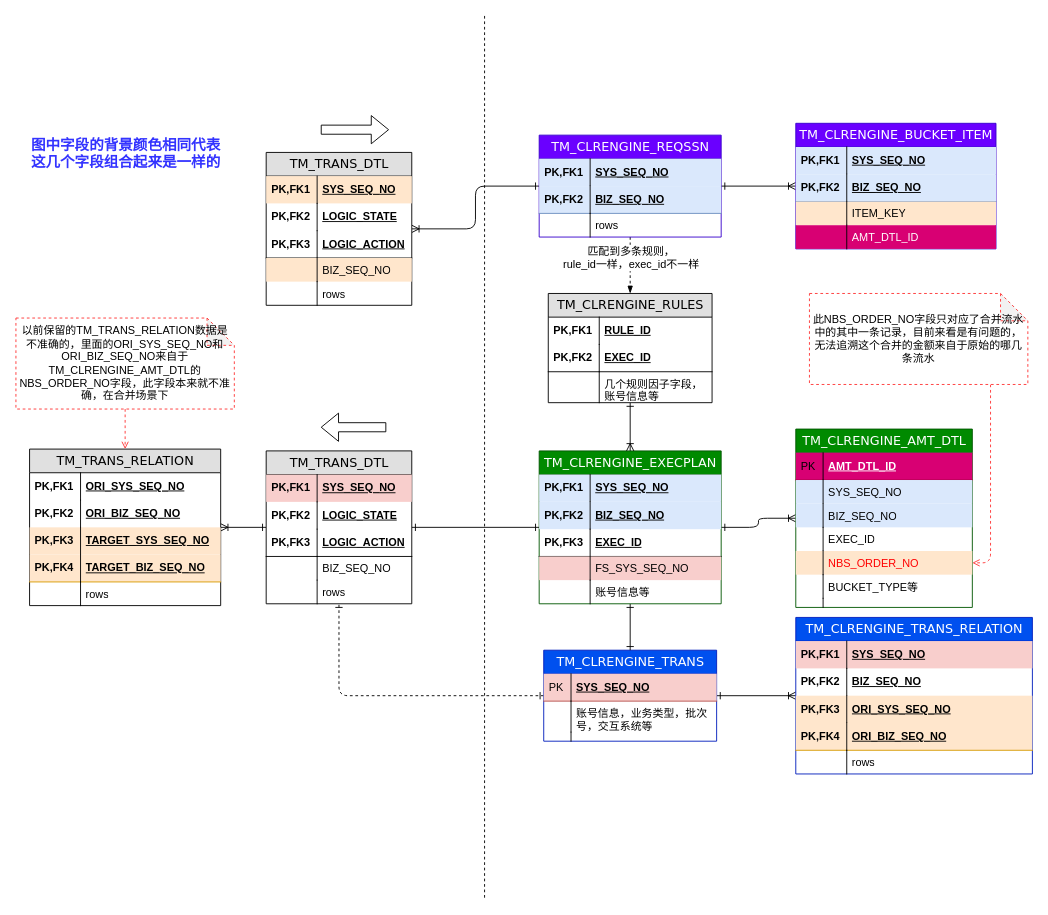
Before: 清算引擎数据结构图.drawio in staconfree/design, a draw.io diagram. Source tidied: cells renumbered, new cells numbered last; positions are measured from the earlier drawing's top-left corner, leaving out a move shared by most shapes. Both pictures are drawn from the tidied source at 91%, with x=0, y=0 at pixel (15, 15).
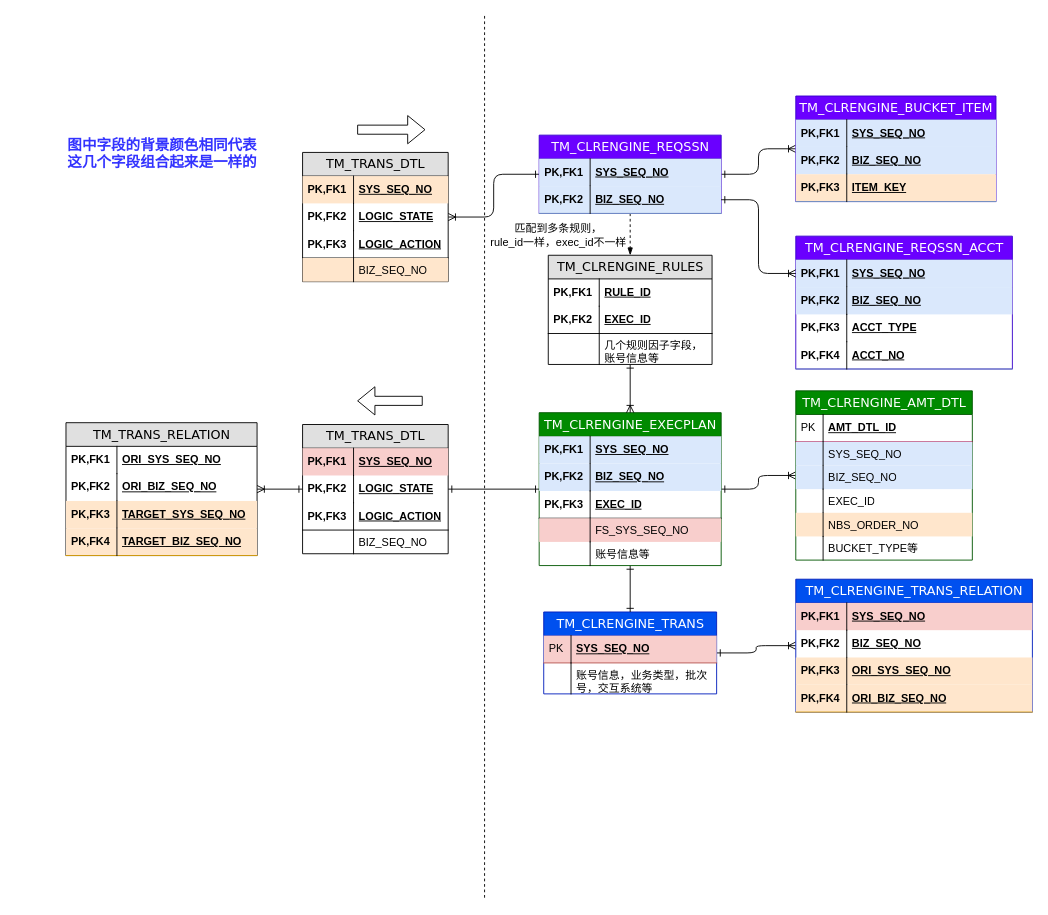
The same page after the edit.

Commit message (it also covers changes not shown here):
更新清算引擎数据结构图.drawio

Unchanged cells that the change refers to:
```xml
<mxCell id="24" style="edgeStyle=orthogonalEdgeStyle;rounded=1;jettySize=auto;html=1;startArrow=none;startFill=0;endArrow=blockThin;endFill=1;dashed=1;" parent="1" edge="1" source="26" target="70">
  <mxGeometry relative="1" as="geometry" />
</mxCell>
<mxCell id="29" value="BIZ_SEQ_NO" style="shape=partialRectangle;top=0;left=0;right=0;bottom=1;html=1;align=left;verticalAlign=middle;fillColor=#dae8fc;spacingLeft=60;spacingRight=4;whiteSpace=wrap;overflow=hidden;points=[[0,0.5],[1,0.5]];portConstraint=eastwest;fontStyle=5;strokeColor=#6c8ebf;" parent="26" vertex="1">
  <mxGeometry y="56" width="200" height="30" as="geometry" />
</mxCell>
```

Diff of the diagram source:
```diff
@@
-    <mxCell id="3" style="edgeStyle=orthogonalEdgeStyle;rounded=1;jettySize=auto;html=1;startArrow=ERone;startFill=0;endArrow=ERone;endFill=0;strokeColor=#000000;fontSize=16;fontColor=#FF3333;dashed=1;" parent="1" edge="1" source="4" target="57">
-      <mxGeometry relative="1" as="geometry" />
-    </mxCell>
     <mxCell id="4" value="TM_CLRENGINE_TRANS" style="swimlane;html=1;fontStyle=0;horizontal=1;startSize=26;fillColor=#0050ef;swimlaneFillColor=#ffffff;align=center;rounded=0;shadow=0;comic=0;labelBackgroundColor=none;strokeColor=#001DBC;strokeWidth=1;fontFamily=Verdana;fontSize=14;swimlaneLine=1;fontColor=#ffffff;" parent="1" vertex="1">
-      <mxGeometry x="580" y="697" width="190" height="100" as="geometry" />
+      <mxGeometry x="580" y="655" width="190" height="90" as="geometry" />
     </mxCell>
@@
-    <mxCell id="9" style="shape=partialRectangle;top=0;left=0;right=0;bottom=0;html=1;align=left;verticalAlign=top;fillColor=none;spacingLeft=34;spacingRight=4;whiteSpace=wrap;overflow=hidden;" parent="4" vertex="1">
-      <mxGeometry y="90" width="190" height="10" as="geometry" />
-    </mxCell>
-    <mxCell id="10" style="shape=partialRectangle;top=0;left=0;bottom=0;html=1;fillColor=none;align=left;verticalAlign=top;spacingLeft=4;spacingRight=4;whiteSpace=wrap;overflow=hidden;" parent="9" vertex="1">
-      <mxGeometry width="30" height="10" as="geometry" />
-    </mxCell>
@@
     <mxCell id="12" value="TM_TRANS_DTL" style="swimlane;html=1;fontStyle=0;horizontal=1;startSize=26;fillColor=#e0e0e0;swimlaneFillColor=#ffffff;align=center;rounded=0;shadow=0;comic=0;labelBackgroundColor=none;strokeColor=#000000;strokeWidth=1;fontFamily=Verdana;fontSize=14;fontColor=#000000;" parent="1" vertex="1">
-      <mxGeometry x="275" y="150" width="160" height="168" as="geometry" />
+      <mxGeometry x="315" y="150" width="160" height="142" as="geometry" />
     </mxCell>
@@
-    <mxCell id="21" value="&lt;div&gt;rows&lt;/div&gt;" style="shape=partialRectangle;top=0;left=0;right=0;bottom=0;html=1;align=left;verticalAlign=top;fillColor=none;spacingLeft=60;spacingRight=4;whiteSpace=wrap;overflow=hidden;" parent="12" vertex="1">
-      <mxGeometry y="142" width="160" height="26" as="geometry" />
-    </mxCell>
-    <mxCell id="22" style="shape=partialRectangle;top=0;left=0;bottom=0;html=1;fillColor=none;align=left;verticalAlign=top;spacingLeft=4;spacingRight=4;whiteSpace=wrap;overflow=hidden;" parent="21" vertex="1">
-      <mxGeometry width="56" height="26" as="geometry" />
-    </mxCell>
@@
     <mxCell id="25" value="匹配到多条规则，&lt;br&gt;rule_id一样，exec_id不一样" style="text;html=1;align=center;verticalAlign=middle;labelBackgroundColor=#ffffff;" parent="24" vertex="1">
       <mxGeometry x="0.32" y="-1" relative="1" as="geometry">
-        <mxPoint x="1" y="-19" as="offset" />
+        <mxPoint x="-79" y="-7" as="offset" />
       </mxGeometry>
     </mxCell>
     <mxCell id="26" value="TM_CLRENGINE_REQSSN" style="swimlane;html=1;fontStyle=0;horizontal=1;startSize=26;fillColor=#6a00ff;swimlaneFillColor=#ffffff;align=center;rounded=0;shadow=0;comic=0;labelBackgroundColor=none;strokeColor=#3700CC;strokeWidth=1;fontFamily=Verdana;fontSize=14;fontColor=#ffffff;" parent="1" vertex="1">
-      <mxGeometry x="575" y="131" width="200" height="112" as="geometry" />
+      <mxGeometry x="575" y="131" width="200" height="86" as="geometry" />
     </mxCell>
@@
-    <mxCell id="31" value="&lt;div&gt;rows&lt;/div&gt;" style="shape=partialRectangle;top=0;left=0;right=0;bottom=0;html=1;align=left;verticalAlign=top;fillColor=none;spacingLeft=60;spacingRight=4;whiteSpace=wrap;overflow=hidden;" parent="26" vertex="1">
-      <mxGeometry y="86" width="200" height="26" as="geometry" />
-    </mxCell>
-    <mxCell id="32" style="shape=partialRectangle;top=0;left=0;bottom=0;html=1;fillColor=none;align=left;verticalAlign=top;spacingLeft=4;spacingRight=4;whiteSpace=wrap;overflow=hidden;" parent="31" vertex="1">
-      <mxGeometry width="56" height="26" as="geometry" />
-    </mxCell>
@@
     <mxCell id="36" value="TM_CLRENGINE_EXECPLAN" style="swimlane;html=1;fontStyle=0;horizontal=1;startSize=26;fillColor=#008a00;swimlaneFillColor=#ffffff;align=center;rounded=0;shadow=0;comic=0;labelBackgroundColor=none;strokeColor=#005700;strokeWidth=1;fontFamily=Verdana;fontSize=14;fontColor=#ffffff;" parent="1" vertex="1">
-      <mxGeometry x="575" y="478" width="200" height="168" as="geometry" />
+      <mxGeometry x="575" y="436" width="200" height="168" as="geometry" />
     </mxCell>
@@
     <mxCell id="47" value="TM_CLRENGINE_BUCKET_ITEM" style="swimlane;html=1;fontStyle=0;horizontal=1;startSize=26;fillColor=#6a00ff;swimlaneFillColor=#ffffff;align=center;rounded=0;shadow=0;comic=0;labelBackgroundColor=none;strokeColor=#3700CC;strokeWidth=1;fontFamily=Verdana;fontSize=14;fontColor=#ffffff;" parent="1" vertex="1">
-      <mxGeometry x="857" y="118" width="220" height="138" as="geometry" />
+      <mxGeometry x="857" y="88" width="220" height="116" as="geometry" />
     </mxCell>
@@
+    <mxCell id="121" value="BIZ_SEQ_NO" style="shape=partialRectangle;top=0;left=0;right=0;bottom=0;html=1;align=left;verticalAlign=middle;fillColor=#dae8fc;spacingLeft=60;spacingRight=4;whiteSpace=wrap;overflow=hidden;fontStyle=5;strokeColor=#6c8ebf;" parent="47" vertex="1">
+      <mxGeometry y="56" width="220" height="30" as="geometry" />
+    </mxCell>
+    <mxCell id="122" value="PK,FK2" style="shape=partialRectangle;fontStyle=1;top=0;left=0;bottom=0;html=1;fillColor=none;align=left;verticalAlign=middle;spacingLeft=4;spacingRight=4;whiteSpace=wrap;overflow=hidden;" parent="121" vertex="1">
+      <mxGeometry width="56" height="30" as="geometry" />
+    </mxCell>
-    <mxCell id="50" value="BIZ_SEQ_NO" style="shape=partialRectangle;top=0;left=0;right=0;bottom=1;html=1;align=left;verticalAlign=middle;fillColor=#dae8fc;spacingLeft=60;spacingRight=4;whiteSpace=wrap;overflow=hidden;fontStyle=5;strokeColor=#6c8ebf;" parent="47" vertex="1">
-      <mxGeometry y="56" width="220" height="30" as="geometry" />
+    <mxCell id="50" value="ITEM_KEY" style="shape=partialRectangle;top=0;left=0;right=0;bottom=1;html=1;align=left;verticalAlign=middle;fillColor=#FFE6CC;spacingLeft=60;spacingRight=4;whiteSpace=wrap;overflow=hidden;fontStyle=5;strokeColor=#6c8ebf;" parent="47" vertex="1">
+      <mxGeometry y="86" width="220" height="30" as="geometry" />
     </mxCell>
-    <mxCell id="51" value="PK,FK2" style="shape=partialRectangle;fontStyle=1;top=0;left=0;bottom=0;html=1;fillColor=none;align=left;verticalAlign=middle;spacingLeft=4;spacingRight=4;whiteSpace=wrap;overflow=hidden;" parent="50" vertex="1">
+    <mxCell id="51" value="PK,FK3" style="shape=partialRectangle;fontStyle=1;top=0;left=0;bottom=0;html=1;fillColor=none;align=left;verticalAlign=middle;spacingLeft=4;spacingRight=4;whiteSpace=wrap;overflow=hidden;" parent="50" vertex="1">
       <mxGeometry width="56" height="30" as="geometry" />
     </mxCell>
-    <mxCell id="52" value="ITEM_KEY" style="shape=partialRectangle;top=0;left=0;right=0;bottom=0;html=1;align=left;verticalAlign=top;fillColor=#ffe6cc;spacingLeft=60;spacingRight=4;whiteSpace=wrap;overflow=hidden;strokeColor=#d79b00;" parent="47" vertex="1">
-      <mxGeometry y="86" width="220" height="26" as="geometry" />
-    </mxCell>
-    <mxCell id="53" style="shape=partialRectangle;top=0;left=0;bottom=0;html=1;fillColor=none;align=left;verticalAlign=top;spacingLeft=4;spacingRight=4;whiteSpace=wrap;overflow=hidden;" parent="52" vertex="1">
-      <mxGeometry width="56" height="26" as="geometry" />
-    </mxCell>
-    <mxCell id="54" value="&lt;div&gt;AMT_DTL_ID&lt;/div&gt;" style="shape=partialRectangle;top=0;left=0;right=0;bottom=0;html=1;align=left;verticalAlign=top;fillColor=#d80073;spacingLeft=60;spacingRight=4;whiteSpace=wrap;overflow=hidden;strokeColor=#A50040;fontColor=#ffffff;" parent="47" vertex="1">
-      <mxGeometry y="112" width="220" height="26" as="geometry" />
-    </mxCell>
-    <mxCell id="55" style="shape=partialRectangle;top=0;left=0;bottom=0;html=1;fillColor=none;align=left;verticalAlign=top;spacingLeft=4;spacingRight=4;whiteSpace=wrap;overflow=hidden;" parent="54" vertex="1">
-      <mxGeometry width="56" height="26" as="geometry" />
-    </mxCell>
@@
     <mxCell id="57" value="TM_TRANS_DTL" style="swimlane;html=1;fontStyle=0;horizontal=1;startSize=26;fillColor=#e0e0e0;swimlaneFillColor=#ffffff;align=center;rounded=0;shadow=0;comic=0;labelBackgroundColor=none;strokeColor=#000000;strokeWidth=1;fontFamily=Verdana;fontSize=14;fontColor=#000000;" parent="1" vertex="1">
-      <mxGeometry x="275" y="478" width="160" height="168" as="geometry" />
+      <mxGeometry x="315" y="449" width="160" height="142" as="geometry" />
     </mxCell>
@@
-    <mxCell id="66" value="&lt;div&gt;rows&lt;/div&gt;" style="shape=partialRectangle;top=0;left=0;right=0;bottom=0;html=1;align=left;verticalAlign=top;fillColor=none;spacingLeft=60;spacingRight=4;whiteSpace=wrap;overflow=hidden;" parent="57" vertex="1">
-      <mxGeometry y="142" width="160" height="26" as="geometry" />
-    </mxCell>
-    <mxCell id="67" style="shape=partialRectangle;top=0;left=0;bottom=0;html=1;fillColor=none;align=left;verticalAlign=top;spacingLeft=4;spacingRight=4;whiteSpace=wrap;overflow=hidden;" parent="66" vertex="1">
-      <mxGeometry width="56" height="26" as="geometry" />
-    </mxCell>
@@
     <mxCell id="70" value="TM_CLRENGINE_RULES" style="swimlane;html=1;fontStyle=0;horizontal=1;startSize=26;fillColor=#e0e0e0;swimlaneFillColor=#ffffff;align=center;rounded=0;shadow=0;comic=0;labelBackgroundColor=none;strokeColor=#000000;strokeWidth=1;fontFamily=Verdana;fontSize=14;fontColor=#000000;" parent="1" vertex="1">
-      <mxGeometry x="585" y="305" width="180" height="120" as="geometry" />
+      <mxGeometry x="585" y="263" width="180" height="120" as="geometry" />
     </mxCell>
@@
-    <mxCell id="77" style="edgeStyle=orthogonalEdgeStyle;rounded=1;jettySize=auto;html=1;startArrow=none;startFill=0;endArrow=open;endFill=0;dashed=1;strokeColor=#FF3333;entryX=1;entryY=0.5;entryDx=0;entryDy=0;" parent="1" edge="1" source="78" target="115">
-      <mxGeometry relative="1" as="geometry">
-        <Array as="points">
-          <mxPoint x="1071" y="601" />
-        </Array>
-      </mxGeometry>
-    </mxCell>
-    <mxCell id="78" value="&lt;div&gt;此NBS_ORDER_NO字段只对应了合并流水中的其中一条记录，目前来看是有问题的，无法追溯这个合并的金额来自于原始的哪几条流水&lt;/div&gt;" style="shape=note;whiteSpace=wrap;html=1;backgroundOutline=1;darkOpacity=0.05;dashed=1;strokeColor=#FF3333;" parent="1" vertex="1">
-      <mxGeometry x="872" y="305" width="240" height="100" as="geometry" />
-    </mxCell>
     <mxCell id="79" style="shape=flexArrow;endArrow=classic;html=1;" parent="1" edge="1">
       <mxGeometry relative="1" as="geometry">
-        <mxPoint x="335" y="125" as="sourcePoint" />
-        <mxPoint x="410" y="125" as="targetPoint" />
+        <mxPoint x="375" y="125" as="sourcePoint" />
+        <mxPoint x="450" y="125" as="targetPoint" />
       </mxGeometry>
     </mxCell>
     <mxCell id="80" style="shape=flexArrow;endArrow=classic;html=1;" parent="1" edge="1">
       <mxGeometry relative="1" as="geometry">
-        <mxPoint x="407" y="452" as="sourcePoint" />
-        <mxPoint x="335" y="452" as="targetPoint" />
+        <mxPoint x="447" y="423" as="sourcePoint" />
+        <mxPoint x="375" y="423" as="targetPoint" />
       </mxGeometry>
     </mxCell>
     <mxCell id="81" value="&lt;div&gt;TM_TRANS_RELATION&lt;/div&gt;" style="swimlane;html=1;fontStyle=0;horizontal=1;startSize=26;fillColor=#e0e0e0;swimlaneFillColor=#ffffff;align=center;rounded=0;shadow=0;comic=0;labelBackgroundColor=none;strokeColor=#000000;strokeWidth=1;fontFamily=Verdana;fontSize=14;fontColor=#000000;" parent="1" vertex="1">
-      <mxGeometry x="15" y="476" width="210" height="172" as="geometry" />
+      <mxGeometry x="55" y="447" width="210" height="146" as="geometry" />
     </mxCell>
@@
-    <mxCell id="90" value="&lt;div&gt;rows&lt;/div&gt;" style="shape=partialRectangle;top=0;left=0;right=0;bottom=0;html=1;align=left;verticalAlign=top;fillColor=none;spacingLeft=60;spacingRight=4;whiteSpace=wrap;overflow=hidden;" parent="81" vertex="1">
-      <mxGeometry y="146" width="210" height="26" as="geometry" />
-    </mxCell>
-    <mxCell id="91" style="shape=partialRectangle;top=0;left=0;bottom=0;html=1;fillColor=none;align=left;verticalAlign=top;spacingLeft=4;spacingRight=4;whiteSpace=wrap;overflow=hidden;" parent="90" vertex="1">
-      <mxGeometry width="56" height="26" as="geometry" />
-    </mxCell>
-    <mxCell id="92" style="edgeStyle=orthogonalEdgeStyle;rounded=1;jettySize=auto;html=1;dashed=1;startArrow=none;startFill=0;endArrow=open;endFill=0;strokeColor=#FF3333;" parent="1" edge="1" source="93" target="81">
-      <mxGeometry relative="1" as="geometry" />
-    </mxCell>
-    <mxCell id="93" value="以前保留的TM_TRANS_RELATION数据是不准确的，里面的ORI_SYS_SEQ_NO和ORI_BIZ_SEQ_NO来自于TM_CLRENGINE_AMT_DTL的NBS_ORDER_NO字段，此字段本来就不准确，在合并场景下" style="shape=note;whiteSpace=wrap;html=1;backgroundOutline=1;darkOpacity=0.05;dashed=1;strokeColor=#FF3333;" parent="1" vertex="1">
-      <mxGeometry y="332" width="240" height="100" as="geometry" />
-    </mxCell>
     <mxCell id="94" value="&lt;div&gt;图中字段的背景颜色相同代表&lt;/div&gt;&lt;div&gt;这几个字段组合起来是一样的&lt;/div&gt;" style="text;html=1;align=left;verticalAlign=top;spacingTop=-4;fontStyle=1;fontSize=16;fontColor=#3333FF;" parent="1" vertex="1">
-      <mxGeometry x="15" y="130" width="220" height="40" as="geometry" />
+      <mxGeometry x="55" y="130" width="220" height="40" as="geometry" />
     </mxCell>
     <mxCell id="95" value="&lt;div&gt;TM_CLRENGINE_TRANS_RELATION&lt;/div&gt;" style="swimlane;html=1;fontStyle=0;horizontal=1;startSize=26;fillColor=#0050ef;swimlaneFillColor=#ffffff;align=center;rounded=0;shadow=0;comic=0;labelBackgroundColor=none;strokeColor=#001DBC;strokeWidth=1;fontFamily=Verdana;fontSize=14;fontColor=#ffffff;" parent="1" vertex="1">
-      <mxGeometry x="857" y="661" width="260" height="172" as="geometry" />
+      <mxGeometry x="857" y="619" width="260" height="146" as="geometry" />
     </mxCell>
@@
-    <mxCell id="104" value="&lt;div&gt;rows&lt;/div&gt;" style="shape=partialRectangle;top=0;left=0;right=0;bottom=0;html=1;align=left;verticalAlign=top;fillColor=none;spacingLeft=60;spacingRight=4;whiteSpace=wrap;overflow=hidden;" parent="95" vertex="1">
-      <mxGeometry y="146" width="260" height="26" as="geometry" />
-    </mxCell>
-    <mxCell id="105" style="shape=partialRectangle;top=0;left=0;bottom=0;html=1;fillColor=none;align=left;verticalAlign=top;spacingLeft=4;spacingRight=4;whiteSpace=wrap;overflow=hidden;" parent="104" vertex="1">
-      <mxGeometry width="56" height="26" as="geometry" />
-    </mxCell>
     <mxCell id="106" value="TM_CLRENGINE_AMT_DTL" style="swimlane;html=1;fontStyle=0;horizontal=1;startSize=26;fillColor=#008a00;swimlaneFillColor=#ffffff;align=center;rounded=0;shadow=0;comic=0;labelBackgroundColor=none;strokeColor=#005700;strokeWidth=1;fontFamily=Verdana;fontSize=14;swimlaneLine=1;fontColor=#ffffff;" parent="1" vertex="1">
-      <mxGeometry x="857" y="454" width="194" height="196" as="geometry" />
+      <mxGeometry x="857" y="412" width="194" height="186" as="geometry" />
     </mxCell>
-    <mxCell id="107" value="AMT_DTL_ID" style="shape=partialRectangle;top=0;left=0;right=0;bottom=1;html=1;align=left;verticalAlign=middle;fillColor=#d80073;spacingLeft=34;spacingRight=4;whiteSpace=wrap;overflow=hidden;fontStyle=5;strokeColor=#A50040;fontColor=#ffffff;" parent="106" vertex="1">
+    <mxCell id="107" value="AMT_DTL_ID" style="shape=partialRectangle;top=0;left=0;right=0;bottom=1;html=1;align=left;verticalAlign=middle;fillColor=none;spacingLeft=34;spacingRight=4;whiteSpace=wrap;overflow=hidden;fontStyle=5;strokeColor=#A50040;fontColor=#000000;" parent="106" vertex="1">
       <mxGeometry y="26" width="194" height="30" as="geometry" />
     </mxCell>
@@
-    <mxCell id="115" value="NBS_ORDER_NO" style="shape=partialRectangle;top=0;left=0;right=0;bottom=0;html=1;align=left;verticalAlign=top;fillColor=#FFE6CC;spacingLeft=34;spacingRight=4;whiteSpace=wrap;overflow=hidden;points=[[0,0.5],[1,0.5]];portConstraint=eastwest;fontColor=#FF0000;" parent="106" vertex="1">
+    <mxCell id="115" value="NBS_ORDER_NO" style="shape=partialRectangle;top=0;left=0;right=0;bottom=0;html=1;align=left;verticalAlign=top;fillColor=#FFE6CC;spacingLeft=34;spacingRight=4;whiteSpace=wrap;overflow=hidden;points=[[0,0.5],[1,0.5]];portConstraint=eastwest;fontColor=#000000;" parent="106" vertex="1">
       <mxGeometry y="134" width="194" height="26" as="geometry" />
     </mxCell>
@@
-    <mxCell id="119" style="shape=partialRectangle;top=0;left=0;right=0;bottom=0;html=1;align=left;verticalAlign=top;fillColor=none;spacingLeft=34;spacingRight=4;whiteSpace=wrap;overflow=hidden;" parent="106" vertex="1">
-      <mxGeometry y="186" width="194" height="10" as="geometry" />
-    </mxCell>
-    <mxCell id="120" style="shape=partialRectangle;top=0;left=0;bottom=0;html=1;fillColor=none;align=left;verticalAlign=top;spacingLeft=4;spacingRight=4;whiteSpace=wrap;overflow=hidden;" parent="119" vertex="1">
-      <mxGeometry width="30" height="10" as="geometry" />
-    </mxCell>
+    <mxCell id="123" value="&lt;div&gt;TM_CLRENGINE_REQSSN_ACCT&lt;/div&gt;" style="swimlane;html=1;fontStyle=0;horizontal=1;startSize=26;fillColor=#6a00ff;swimlaneFillColor=#ffffff;align=center;rounded=0;shadow=0;comic=0;labelBackgroundColor=none;strokeColor=#3700CC;strokeWidth=1;fontFamily=Verdana;fontSize=14;fontColor=#ffffff;" parent="1" vertex="1">
+      <mxGeometry x="857" y="242" width="238" height="146" as="geometry" />
+    </mxCell>
+    <mxCell id="124" value="SYS_SEQ_NO" style="shape=partialRectangle;top=0;left=0;right=0;bottom=0;html=1;align=left;verticalAlign=middle;fillColor=#dae8fc;spacingLeft=60;spacingRight=4;whiteSpace=wrap;overflow=hidden;points=[[0,0.5],[1,0.5]];portConstraint=eastwest;fontStyle=5;strokeColor=#6c8ebf;" parent="123" vertex="1">
+      <mxGeometry y="26" width="238" height="30" as="geometry" />
+    </mxCell>
+    <mxCell id="125" value="PK,FK1" style="shape=partialRectangle;fontStyle=1;top=0;left=0;bottom=0;html=1;fillColor=none;align=left;verticalAlign=middle;spacingLeft=4;spacingRight=4;whiteSpace=wrap;overflow=hidden;" parent="124" vertex="1">
+      <mxGeometry width="56" height="30" as="geometry" />
+    </mxCell>
+    <mxCell id="126" value="BIZ_SEQ_NO" style="shape=partialRectangle;top=0;left=0;right=0;bottom=0;html=1;align=left;verticalAlign=middle;fillColor=#dae8fc;spacingLeft=60;spacingRight=4;whiteSpace=wrap;overflow=hidden;fontStyle=5;strokeColor=#6c8ebf;" parent="123" vertex="1">
+      <mxGeometry y="56" width="238" height="30" as="geometry" />
+    </mxCell>
+    <mxCell id="127" value="PK,FK2" style="shape=partialRectangle;fontStyle=1;top=0;left=0;bottom=0;html=1;fillColor=none;align=left;verticalAlign=middle;spacingLeft=4;spacingRight=4;whiteSpace=wrap;overflow=hidden;" parent="126" vertex="1">
+      <mxGeometry width="56" height="30" as="geometry" />
+    </mxCell>
+    <mxCell id="128" value="ACCT_TYPE" style="shape=partialRectangle;top=0;left=0;right=0;bottom=0;html=1;align=left;verticalAlign=middle;fillColor=none;spacingLeft=60;spacingRight=4;whiteSpace=wrap;overflow=hidden;fontStyle=5;strokeColor=#6c8ebf;" parent="123" vertex="1">
+      <mxGeometry y="86" width="238" height="30" as="geometry" />
+    </mxCell>
+    <mxCell id="129" value="PK,FK3" style="shape=partialRectangle;fontStyle=1;top=0;left=0;bottom=0;html=1;fillColor=none;align=left;verticalAlign=middle;spacingLeft=4;spacingRight=4;whiteSpace=wrap;overflow=hidden;" parent="128" vertex="1">
+      <mxGeometry width="56" height="30" as="geometry" />
+    </mxCell>
+    <mxCell id="130" value="ACCT_NO" style="shape=partialRectangle;top=0;left=0;right=0;bottom=1;html=1;align=left;verticalAlign=middle;fillColor=none;spacingLeft=60;spacingRight=4;whiteSpace=wrap;overflow=hidden;fontStyle=5;strokeColor=#6c8ebf;" parent="123" vertex="1">
+      <mxGeometry y="116" width="238" height="30" as="geometry" />
+    </mxCell>
+    <mxCell id="131" value="PK,FK4" style="shape=partialRectangle;fontStyle=1;top=0;left=0;bottom=0;html=1;fillColor=none;align=left;verticalAlign=middle;spacingLeft=4;spacingRight=4;whiteSpace=wrap;overflow=hidden;" parent="130" vertex="1">
+      <mxGeometry width="56" height="30" as="geometry" />
+    </mxCell>
+    <mxCell id="132" style="edgeStyle=orthogonalEdgeStyle;rounded=1;jettySize=auto;html=1;startArrow=ERone;startFill=0;endArrow=ERoneToMany;endFill=0;entryX=0;entryY=0.5;entryDx=0;entryDy=0;" parent="1" edge="1" source="29" target="124">
+      <mxGeometry relative="1" as="geometry" />
+    </mxCell>
```
